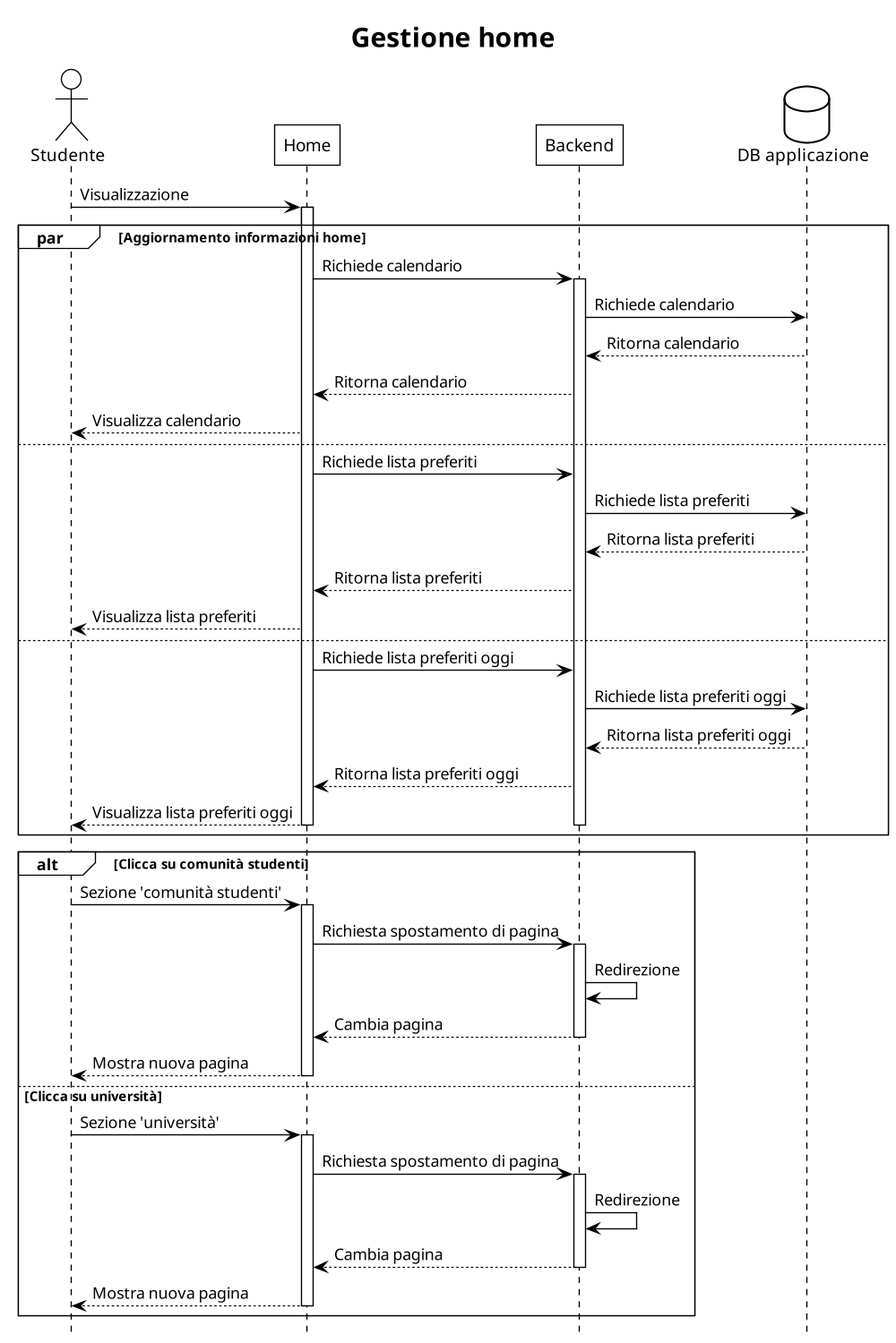
Above: diagrams/2.sequence_diagram/sequence_finale/home.png in tomasel/IS_Univents (PlantUML), before the change. Source of this version:
```plantuml
@startuml
!theme plain
scale 1000 width
hide footbox

title "Gestione home"

actor Studente as S
participant Home as H
participant Backend as B
database "DB applicazione" as A

S -> H : Visualizzazione

par Aggiornamento informazioni home

    activate H

    H -> B : Richiede calendario

    activate B

    B -> A : Richiede calendario
    A --> B : Ritorna calendario
    B --> H : Ritorna calendario
    H --> S : Visualizza calendario

else

    H -> B : Richiede lista preferiti
    B -> A : Richiede lista preferiti
    A --> B : Ritorna lista preferiti
    B --> H : Ritorna lista preferiti
    H --> S : Visualizza lista preferiti

else

    H -> B : Richiede lista preferiti oggi
    B -> A : Richiede lista preferiti oggi
    A --> B : Ritorna lista preferiti oggi
    B --> H : Ritorna lista preferiti oggi
    H --> S : Visualizza lista preferiti oggi

    deactivate H
    deactivate B

end

alt Clicca su comunità studenti

S -> H : Sezione 'comunità studenti'

activate H

H -> B : Richiesta spostamento di pagina

activate B

B -> B : Redirezione
B --> H : Cambia pagina

deactivate B

H --> S : Mostra nuova pagina

deactivate H

else Clicca su università

S -> H : Sezione 'università'

activate H

H -> B : Richiesta spostamento di pagina

activate B

B -> B : Redirezione
B --> H : Cambia pagina

deactivate B

H --> S : Mostra nuova pagina

deactivate H

end

@enduml
```
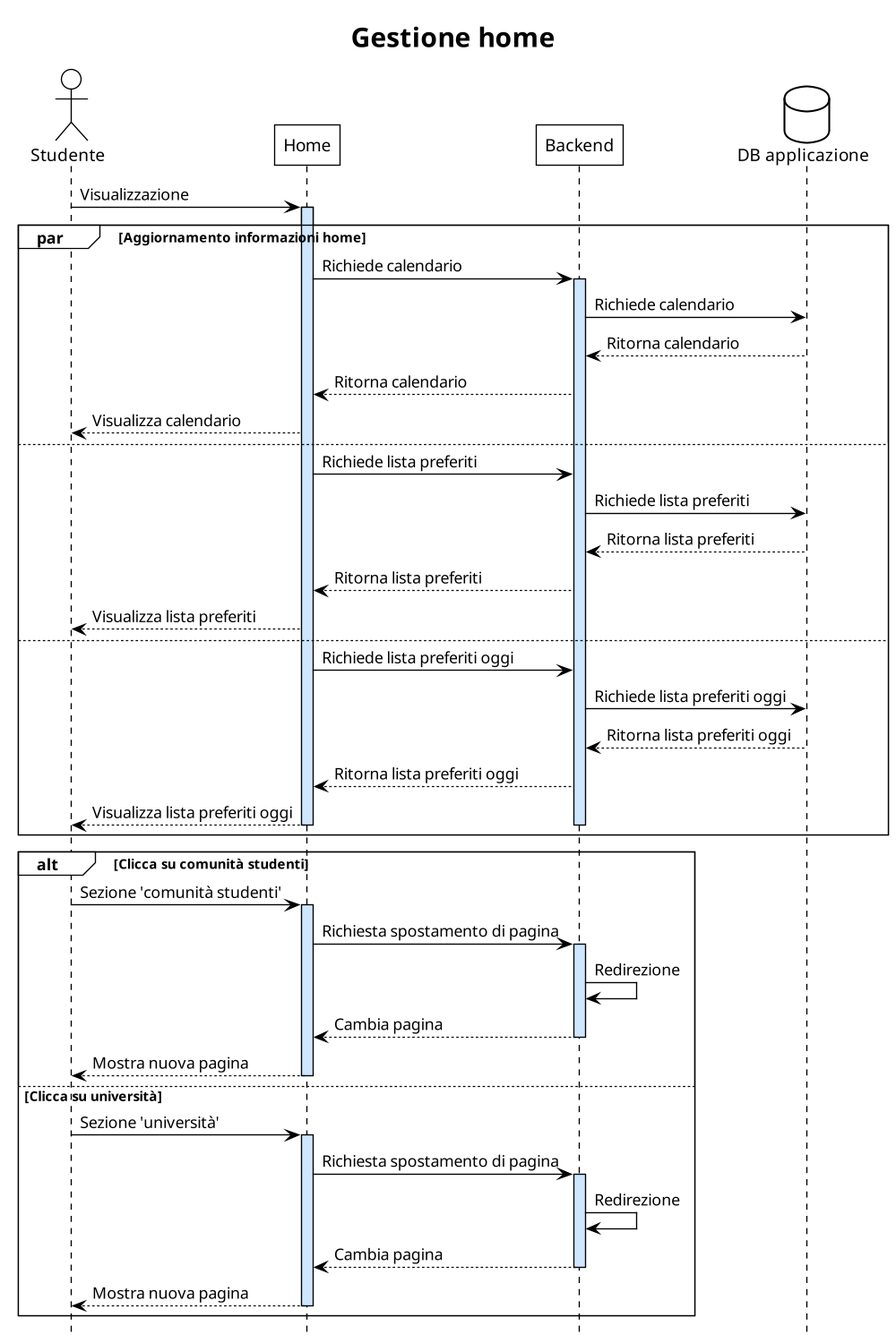
The same file after the commit.

What changed in the source:
```diff
@@ -14,11 +14,12 @@
 
 par Aggiornamento informazioni home
 
-    activate H
+    activate H #CFE6FF
 
     H -> B : Richiede calendario
 
-    activate B
+    activate B #CFE6FF
+
 
     B -> A : Richiede calendario
     A --> B : Ritorna calendario
@@ -50,11 +51,13 @@
 
 S -> H : Sezione 'comunità studenti'
 
-activate H
+activate H #CFE6FF
+
 
 H -> B : Richiesta spostamento di pagina
 
-activate B
+activate B #CFE6FF
+
 
 B -> B : Redirezione
 B --> H : Cambia pagina
@@ -69,11 +72,13 @@
 
 S -> H : Sezione 'università'
 
-activate H
+activate H #CFE6FF
+
 
 H -> B : Richiesta spostamento di pagina
 
-activate B
+activate B #CFE6FF
+
 
 B -> B : Redirezione
 B --> H : Cambia pagina
```
